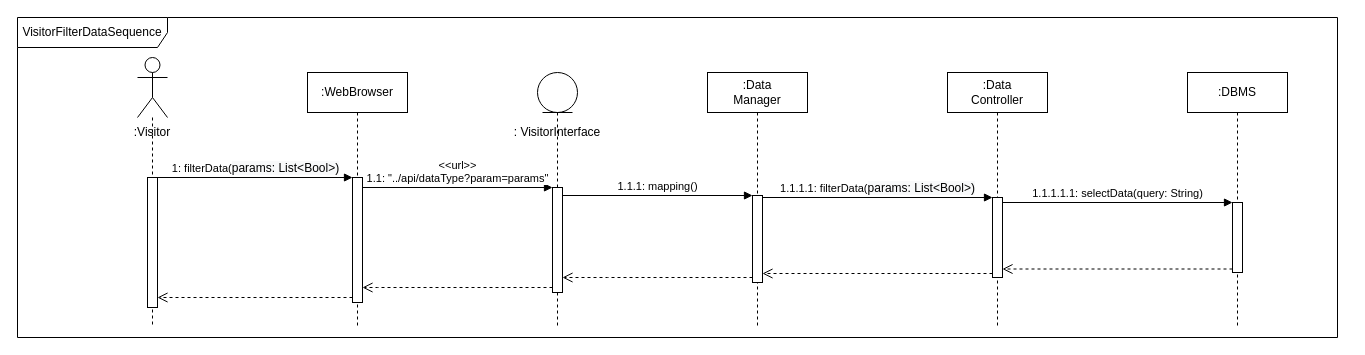
Above: page "VisitorFilterData" (16 of 18) of DD Diagrams/RunTimeViewDiagram.drawio in matteovisotto/SE2-CecchettoSirianiVisotto (draw.io), before the change. Source tidied: cells renumbered, new cells numbered last; positions are measured from the earlier drawing's top-left corner, leaving out a move shared by most shapes. Both pictures are drawn from the tidied source at 100%, with x=0, y=0 at pixel (17, 17).
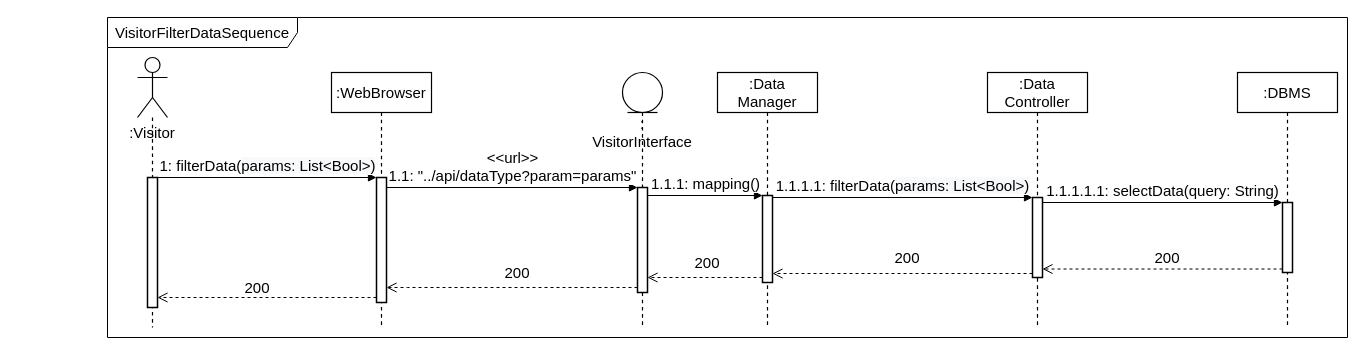
The same diagram, later.

Diff of the diagram source:
```diff
@@
-    <mxCell id="2" value="VisitorFilterDataSequence" style="shape=umlFrame;whiteSpace=wrap;html=1;width=150;height=30;" parent="1" vertex="1">
-      <mxGeometry width="1320" height="320" as="geometry" />
+    <mxCell id="2" value="VisitorFilterDataSequence" style="shape=umlFrame;whiteSpace=wrap;html=1;width=190;height=30;fontSize=15;" parent="1" vertex="1">
+      <mxGeometry x="90" width="1240" height="320" as="geometry" />
     </mxCell>
-    <mxCell id="3" value=":DBMS" style="shape=umlLifeline;perimeter=lifelinePerimeter;whiteSpace=wrap;html=1;" parent="1" vertex="1">
-      <mxGeometry x="1170" y="55" width="100" height="255" as="geometry" />
+    <mxCell id="3" value=":DBMS" style="shape=umlLifeline;perimeter=lifelinePerimeter;whiteSpace=wrap;html=1;strokeWidth=1.2;fontSize=15;" parent="1" vertex="1">
+      <mxGeometry x="1220" y="55" width="100" height="255" as="geometry" />
     </mxCell>
-    <mxCell id="4" style="html=1;points=[];perimeter=orthogonalPerimeter;" parent="3" vertex="1">
+    <mxCell id="4" style="html=1;points=[];perimeter=orthogonalPerimeter;fontSize=15;strokeWidth=1.5;" parent="3" vertex="1">
       <mxGeometry x="45" y="130" width="10" height="70" as="geometry" />
     </mxCell>
-    <mxCell id="5" value=":Data&lt;br&gt;Controller" style="shape=umlLifeline;perimeter=lifelinePerimeter;whiteSpace=wrap;html=1;" parent="1" vertex="1">
-      <mxGeometry x="930" y="55" width="100" height="255" as="geometry" />
+    <mxCell id="5" value=":Data&lt;br style=&quot;font-size: 15px;&quot;&gt;Controller" style="shape=umlLifeline;perimeter=lifelinePerimeter;whiteSpace=wrap;html=1;strokeWidth=1.2;fontSize=15;" parent="1" vertex="1">
+      <mxGeometry x="970" y="55" width="100" height="255" as="geometry" />
     </mxCell>
-    <mxCell id="6" style="html=1;points=[];perimeter=orthogonalPerimeter;" parent="5" vertex="1">
+    <mxCell id="6" style="html=1;points=[];perimeter=orthogonalPerimeter;fontSize=15;strokeWidth=1.5;" parent="5" vertex="1">
       <mxGeometry x="45" y="125" width="10" height="80" as="geometry" />
     </mxCell>
-    <mxCell id="7" value=":Data&lt;br&gt;Manager" style="shape=umlLifeline;perimeter=lifelinePerimeter;whiteSpace=wrap;html=1;" parent="1" vertex="1">
-      <mxGeometry x="690" y="55" width="100" height="255" as="geometry" />
+    <mxCell id="7" value=":Data&lt;br style=&quot;font-size: 15px;&quot;&gt;Manager" style="shape=umlLifeline;perimeter=lifelinePerimeter;whiteSpace=wrap;html=1;strokeWidth=1.2;fontSize=15;" parent="1" vertex="1">
+      <mxGeometry x="700" y="55" width="100" height="255" as="geometry" />
     </mxCell>
-    <mxCell id="8" style="html=1;points=[];perimeter=orthogonalPerimeter;" parent="7" vertex="1">
+    <mxCell id="8" style="html=1;points=[];perimeter=orthogonalPerimeter;fontSize=15;strokeWidth=1.5;" parent="7" vertex="1">
       <mxGeometry x="45" y="123" width="10" height="87" as="geometry" />
     </mxCell>
-    <mxCell id="9" style="shape=umlLifeline;participant=umlEntity;perimeter=lifelinePerimeter;whiteSpace=wrap;html=1;verticalAlign=top;spacingTop=36;" parent="1" vertex="1">
-      <mxGeometry x="520" y="55" width="40" height="255" as="geometry" />
+    <mxCell id="9" style="shape=umlLifeline;participant=umlEntity;perimeter=lifelinePerimeter;whiteSpace=wrap;html=1;verticalAlign=top;spacingTop=36;strokeWidth=1.2;fontSize=15;" parent="1" vertex="1">
+      <mxGeometry x="605" y="55" width="40" height="255" as="geometry" />
     </mxCell>
-    <mxCell id="10" style="html=1;points=[];perimeter=orthogonalPerimeter;" parent="9" vertex="1">
+    <mxCell id="10" style="html=1;points=[];perimeter=orthogonalPerimeter;fontSize=15;strokeWidth=1.5;" parent="9" vertex="1">
       <mxGeometry x="15" y="115" width="10" height="105" as="geometry" />
     </mxCell>
-    <mxCell id="11" value=":WebBrowser" style="shape=umlLifeline;perimeter=lifelinePerimeter;whiteSpace=wrap;html=1;" parent="1" vertex="1">
-      <mxGeometry x="290" y="55" width="100" height="255" as="geometry" />
+    <mxCell id="11" value=":WebBrowser" style="shape=umlLifeline;perimeter=lifelinePerimeter;whiteSpace=wrap;html=1;strokeWidth=1.2;fontSize=15;" parent="1" vertex="1">
+      <mxGeometry x="314" y="55" width="100" height="255" as="geometry" />
     </mxCell>
-    <mxCell id="12" style="html=1;points=[];perimeter=orthogonalPerimeter;" parent="11" vertex="1">
+    <mxCell id="12" style="html=1;points=[];perimeter=orthogonalPerimeter;fontSize=15;strokeWidth=1.5;" parent="11" vertex="1">
       <mxGeometry x="45" y="105" width="10" height="125" as="geometry" />
     </mxCell>
-    <mxCell id="13" style="shape=umlLifeline;participant=umlActor;perimeter=lifelinePerimeter;whiteSpace=wrap;html=1;verticalAlign=top;spacingTop=36;fontFamily=Helvetica;fontSize=12;fontColor=rgb(0, 0, 0);align=center;strokeColor=rgb(0, 0, 0);fillColor=rgb(255, 255, 255);size=60;" parent="1" vertex="1">
+    <mxCell id="13" style="shape=umlLifeline;participant=umlActor;perimeter=lifelinePerimeter;whiteSpace=wrap;html=1;verticalAlign=top;spacingTop=36;fontFamily=Helvetica;fontSize=15;fontColor=rgb(0, 0, 0);align=center;strokeColor=rgb(0, 0, 0);fillColor=rgb(255, 255, 255);size=60;strokeWidth=1.2;" parent="1" vertex="1">
       <mxGeometry x="120" y="40" width="30" height="270" as="geometry" />
     </mxCell>
-    <mxCell id="14" style="html=1;points=[];perimeter=orthogonalPerimeter;" parent="13" vertex="1">
+    <mxCell id="14" style="html=1;points=[];perimeter=orthogonalPerimeter;fontSize=15;strokeWidth=1.5;" parent="13" vertex="1">
       <mxGeometry x="10" y="120" width="10" height="130" as="geometry" />
     </mxCell>
-    <mxCell id="15" value=":Visitor" style="text;html=1;strokeColor=none;fillColor=none;align=center;verticalAlign=middle;whiteSpace=wrap;rounded=0;" parent="1" vertex="1">
+    <mxCell id="15" value=":Visitor" style="text;html=1;strokeColor=none;fillColor=none;align=center;verticalAlign=middle;whiteSpace=wrap;rounded=0;fontSize=15;" parent="1" vertex="1">
       <mxGeometry x="90" y="100" width="90" height="30" as="geometry" />
     </mxCell>
-    <mxCell id="16" value=": VisitorInterface" style="text;html=1;strokeColor=none;fillColor=none;align=center;verticalAlign=middle;whiteSpace=wrap;rounded=0;" parent="1" vertex="1">
-      <mxGeometry x="495" y="100" width="90" height="30" as="geometry" />
+    <mxCell id="16" value=": VisitorInterface" style="text;html=1;strokeColor=none;fillColor=none;align=center;verticalAlign=middle;whiteSpace=wrap;rounded=0;fontSize=15;" parent="1" vertex="1">
+      <mxGeometry x="580" y="100" width="90" height="30" as="geometry" />
     </mxCell>
-    <mxCell id="17" value="1: filterData(&lt;span style=&quot;font-size: 12px ; text-align: left ; background-color: rgb(248 , 249 , 250)&quot;&gt;params: List&amp;lt;Bool&amp;gt;)&lt;/span&gt;" style="html=1;verticalAlign=bottom;endArrow=block;entryX=0;entryY=0;rounded=0;" parent="1" edge="1" source="14" target="12">
+    <mxCell id="17" value="&lt;font style=&quot;font-size: 15px;&quot;&gt;1: filterData(&lt;span style=&quot;text-align: left; background-color: rgb(248, 249, 250); font-size: 15px;&quot;&gt;params: List&amp;lt;Bool&amp;gt;)&lt;/span&gt;&lt;/font&gt;" style="html=1;verticalAlign=bottom;endArrow=block;entryX=0;entryY=0;rounded=0;fontSize=15;" parent="1" edge="1" source="14" target="12">
       <mxGeometry relative="1" as="geometry" />
     </mxCell>
-    <mxCell id="18" value="&amp;lt;&amp;lt;url&amp;gt;&amp;gt;&lt;br&gt;1.1: &quot;../api/dataType?param=params&quot;" style="html=1;verticalAlign=bottom;endArrow=block;entryX=0;entryY=0;rounded=0;" parent="1" edge="1" source="12" target="10">
+    <mxCell id="18" value="&lt;font style=&quot;font-size: 15px;&quot;&gt;&amp;lt;&amp;lt;url&amp;gt;&amp;gt;&lt;br style=&quot;font-size: 15px;&quot;&gt;1.1: &quot;../api/dataType?param=params&quot;&lt;/font&gt;" style="html=1;verticalAlign=bottom;endArrow=block;entryX=0;entryY=0;rounded=0;fontSize=15;" parent="1" edge="1" source="12" target="10">
       <mxGeometry relative="1" as="geometry" />
     </mxCell>
-    <mxCell id="19" value="1.1.1: mapping()" style="html=1;verticalAlign=bottom;endArrow=block;entryX=0;entryY=0;rounded=0;" parent="1" edge="1" source="10" target="8">
+    <mxCell id="19" value="&lt;font style=&quot;font-size: 15px;&quot;&gt;1.1.1: mapping()&lt;/font&gt;" style="html=1;verticalAlign=bottom;endArrow=block;entryX=0;entryY=0;rounded=0;fontSize=15;" parent="1" edge="1" source="10" target="8">
       <mxGeometry relative="1" as="geometry" />
     </mxCell>
-    <mxCell id="20" value="1.1.1.1: filterData(&lt;span style=&quot;font-size: 12px ; text-align: left ; background-color: rgb(248 , 249 , 250)&quot;&gt;params: List&amp;lt;Bool&amp;gt;)&lt;/span&gt;" style="html=1;verticalAlign=bottom;endArrow=block;entryX=0;entryY=0;rounded=0;" parent="1" edge="1" source="8" target="6">
+    <mxCell id="20" value="1.1.1.1: filterData(&lt;span style=&quot;font-size: 15px; text-align: left; background-color: rgb(248, 249, 250);&quot;&gt;params: List&amp;lt;Bool&amp;gt;)&lt;/span&gt;" style="html=1;verticalAlign=bottom;endArrow=block;entryX=0;entryY=0;rounded=0;fontSize=15;" parent="1" edge="1" source="8" target="6">
       <mxGeometry relative="1" as="geometry" />
     </mxCell>
-    <mxCell id="21" style="html=1;verticalAlign=bottom;endArrow=open;dashed=1;endSize=8;exitX=0;exitY=0.95;rounded=0;" parent="1" edge="1" source="6" target="8">
+    <mxCell id="21" style="html=1;verticalAlign=bottom;endArrow=open;dashed=1;endSize=8;exitX=0;exitY=0.95;rounded=0;fontSize=15;" parent="1" edge="1" source="6" target="8">
       <mxGeometry relative="1" as="geometry" />
     </mxCell>
-    <mxCell id="22" style="html=1;verticalAlign=bottom;endArrow=open;dashed=1;endSize=8;rounded=0;" parent="1" edge="1" source="8" target="10">
-      <mxGeometry relative="1" as="geometry">
-        <Array as="points">
-          <mxPoint x="590" y="260" />
-        </Array>
-      </mxGeometry>
-    </mxCell>
-    <mxCell id="23" style="html=1;verticalAlign=bottom;endArrow=open;dashed=1;endSize=8;rounded=0;" parent="1" edge="1" source="10" target="12">
+    <mxCell id="23" style="html=1;verticalAlign=bottom;endArrow=open;dashed=1;endSize=8;rounded=0;fontSize=15;" parent="1" edge="1" source="10" target="12">
       <mxGeometry relative="1" as="geometry">
         <Array as="points">
-          <mxPoint x="360" y="270" />
+          <mxPoint x="390" y="270" />
         </Array>
       </mxGeometry>
     </mxCell>
-    <mxCell id="24" style="html=1;verticalAlign=bottom;endArrow=open;dashed=1;endSize=8;rounded=0;" parent="1" edge="1" source="12" target="14">
+    <mxCell id="24" style="html=1;verticalAlign=bottom;endArrow=open;dashed=1;endSize=8;rounded=0;fontSize=15;" parent="1" edge="1" source="12" target="14">
       <mxGeometry relative="1" as="geometry">
         <Array as="points">
           <mxPoint x="170" y="280" />
         </Array>
       </mxGeometry>
     </mxCell>
-    <mxCell id="25" style="html=1;verticalAlign=bottom;endArrow=open;dashed=1;endSize=8;exitX=0;exitY=0.95;rounded=0;" parent="1" edge="1" source="4" target="6">
+    <mxCell id="25" style="html=1;verticalAlign=bottom;endArrow=open;dashed=1;endSize=8;exitX=0;exitY=0.95;rounded=0;fontSize=15;" parent="1" edge="1" source="4" target="6">
       <mxGeometry relative="1" as="geometry" />
     </mxCell>
-    <mxCell id="26" value="1.1.1.1.1: selectData(query: String)" style="html=1;verticalAlign=bottom;endArrow=block;entryX=0;entryY=0;rounded=0;" parent="1" edge="1" source="6" target="4">
+    <mxCell id="26" value="1.1.1.1.1: selectData(query: String)" style="html=1;verticalAlign=bottom;endArrow=block;entryX=0;entryY=0;rounded=0;fontSize=15;" parent="1" edge="1" source="6" target="4">
       <mxGeometry relative="1" as="geometry" />
     </mxCell>
+    <mxCell id="27" value="200" style="text;html=1;strokeColor=none;fillColor=none;align=center;verticalAlign=middle;whiteSpace=wrap;rounded=0;fontSize=15;" parent="1" vertex="1">
+      <mxGeometry x="1120" y="225" width="60" height="30" as="geometry" />
+    </mxCell>
+    <mxCell id="28" value="200" style="text;html=1;strokeColor=none;fillColor=none;align=center;verticalAlign=middle;whiteSpace=wrap;rounded=0;fontSize=15;" parent="1" vertex="1">
+      <mxGeometry x="860" y="225" width="60" height="30" as="geometry" />
+    </mxCell>
+    <mxCell id="29" value="200" style="text;html=1;strokeColor=none;fillColor=none;align=center;verticalAlign=middle;whiteSpace=wrap;rounded=0;fontSize=15;" parent="1" vertex="1">
+      <mxGeometry x="660" y="230" width="60" height="30" as="geometry" />
+    </mxCell>
+    <mxCell id="30" value="200" style="text;html=1;strokeColor=none;fillColor=none;align=center;verticalAlign=middle;whiteSpace=wrap;rounded=0;fontSize=15;" parent="1" vertex="1">
+      <mxGeometry x="470" y="240" width="60" height="30" as="geometry" />
+    </mxCell>
+    <mxCell id="31" value="200" style="text;html=1;strokeColor=none;fillColor=none;align=center;verticalAlign=middle;whiteSpace=wrap;rounded=0;fontSize=15;" parent="1" vertex="1">
+      <mxGeometry x="210" y="255" width="60" height="30" as="geometry" />
+    </mxCell>
+    <mxCell id="22" style="html=1;verticalAlign=bottom;endArrow=open;dashed=1;endSize=8;rounded=0;fontSize=15;" parent="1" edge="1" source="8" target="10">
+      <mxGeometry relative="1" as="geometry">
+        <Array as="points">
+          <mxPoint x="650" y="260" />
+        </Array>
+      </mxGeometry>
+    </mxCell>
```
